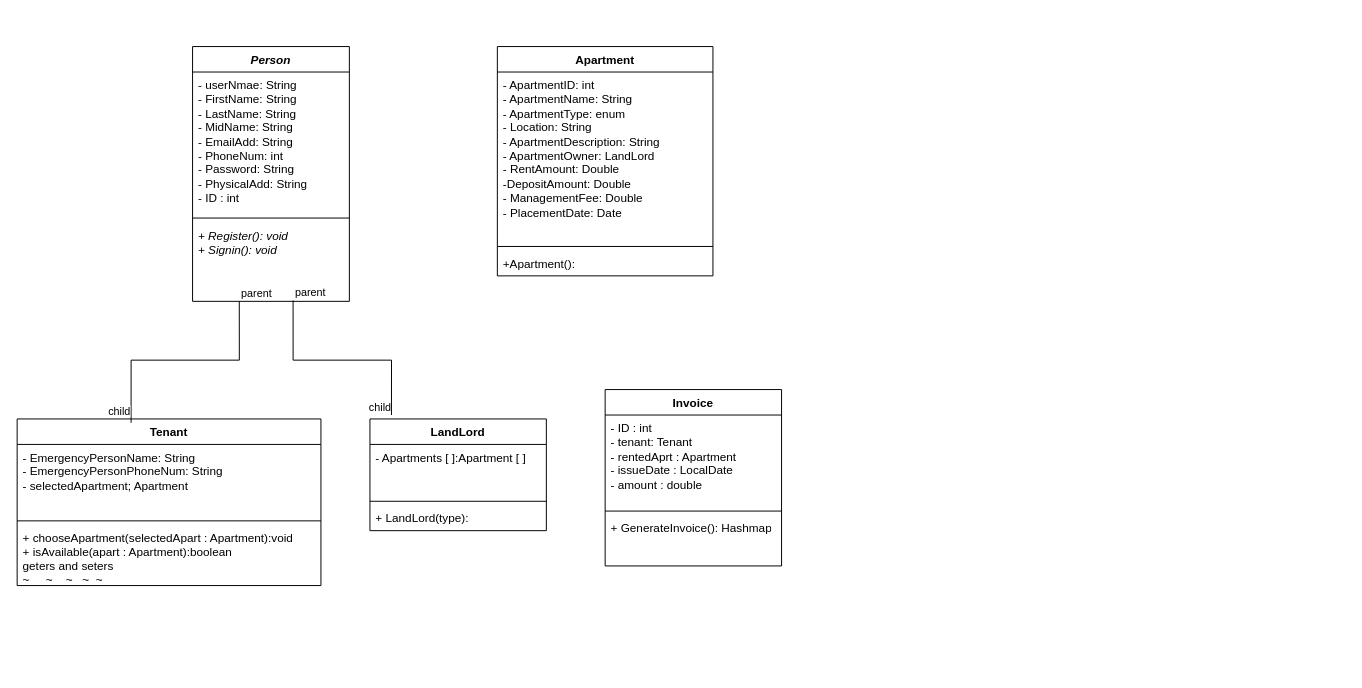
Before: UML/Untitled Diagram.drawio in kandeel679/Rent_management_system, a draw.io diagram. Source tidied: cells renumbered, new cells numbered last; positions are measured from the earlier drawing's top-left corner, leaving out a move shared by most shapes. Both pictures are drawn from the tidied source at 98%, with x=0, y=0 at pixel (17, 46).
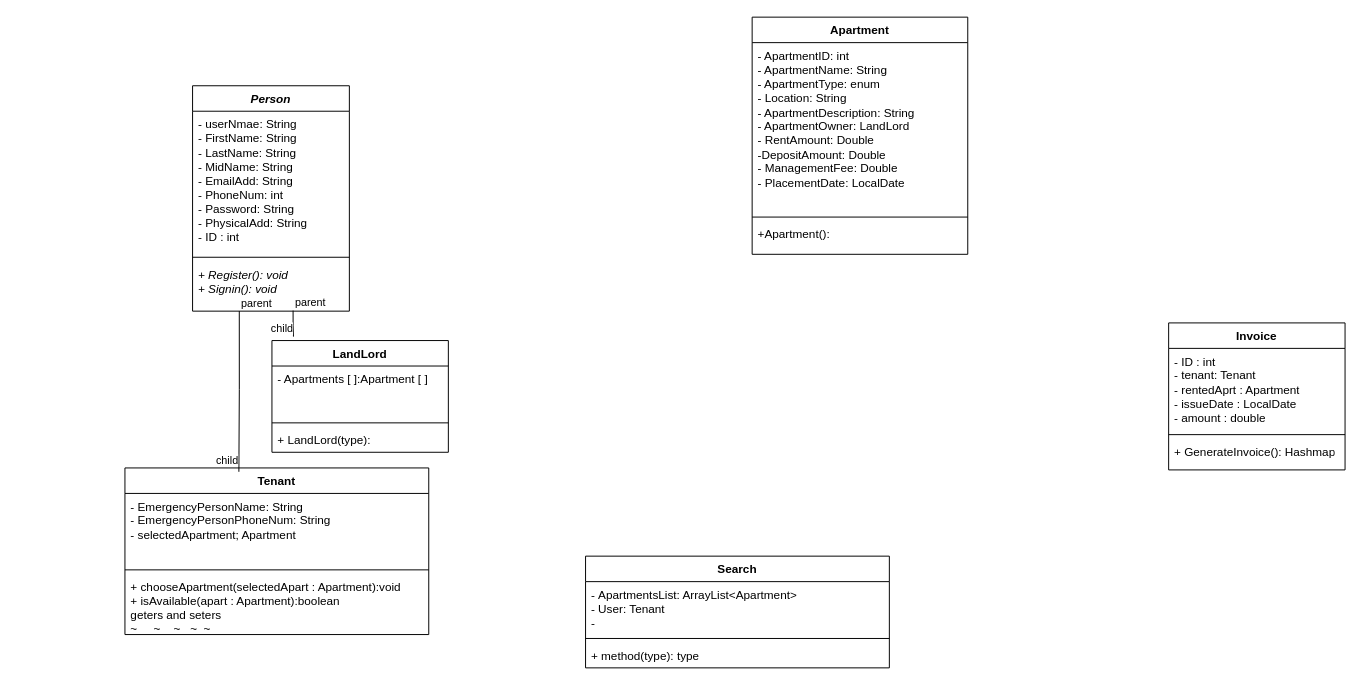
The same page after the edit.

What changed in the source:
```diff
@@
     <mxCell id="2" value="&lt;i&gt;Person&lt;/i&gt;" style="swimlane;fontStyle=1;align=center;verticalAlign=top;horizontal=1;startSize=26;whiteSpace=wrap;html=1;" parent="1" vertex="1">
-      <mxGeometry x="179" width="160" height="260" as="geometry" />
+      <mxGeometry x="179" y="40" width="160" height="230" as="geometry" />
     </mxCell>
@@
     <mxCell id="5" value="&lt;i&gt;+ Register(): void&lt;br&gt;+ Signin(): void&lt;/i&gt;" style="text;strokeColor=none;fillColor=none;align=left;verticalAlign=top;spacingLeft=4;spacingRight=4;overflow=hidden;points=[[0,0.5],[1,0.5]];portConstraint=eastwest;whiteSpace=wrap;html=1;" parent="2" vertex="1">
-      <mxGeometry y="180" width="160" height="80" as="geometry" />
+      <mxGeometry y="180" width="160" height="50" as="geometry" />
     </mxCell>
     <mxCell id="6" value="LandLord" style="swimlane;fontStyle=1;align=center;verticalAlign=top;horizontal=1;startSize=26;whiteSpace=wrap;html=1;" parent="1" vertex="1">
-      <mxGeometry x="360" y="380" width="180" height="114" as="geometry" />
+      <mxGeometry x="260" y="300" width="180" height="114" as="geometry" />
     </mxCell>
@@
-    <mxCell id="10" value="Apartment" style="swimlane;fontStyle=1;align=center;verticalAlign=top;horizontal=1;startSize=26;whiteSpace=wrap;html=1;" parent="1" vertex="1">
-      <mxGeometry x="490" width="220" height="234" as="geometry" />
+    <mxCell id="10" value="Apartment" style="swimlane;fontStyle=1;align=center;verticalAlign=top;horizontal=1;startSize=26;whiteSpace=wrap;html=1;rotation=0;" parent="1" vertex="1">
+      <mxGeometry x="750" y="-30" width="220" height="242" as="geometry" />
     </mxCell>
-    <mxCell id="11" value="- ApartmentID: int&lt;br&gt;- ApartmentName: String&lt;br&gt;- ApartmentType: enum&lt;br&gt;- Location: String&lt;br&gt;- ApartmentDescription: String&lt;br&gt;- ApartmentOwner: LandLord&lt;br&gt;- RentAmount: Double&lt;br&gt;-DepositAmount: Double&lt;br&gt;- ManagementFee: Double&lt;br&gt;- PlacementDate: Date" style="text;strokeColor=none;fillColor=none;align=left;verticalAlign=top;spacingLeft=4;spacingRight=4;overflow=hidden;whiteSpace=wrap;html=1;" parent="10" vertex="1">
+    <mxCell id="11" value="- ApartmentID: int&lt;br&gt;- ApartmentName: String&lt;br&gt;- ApartmentType: enum&lt;br&gt;- Location: String&lt;br&gt;- ApartmentDescription: String&lt;br&gt;- ApartmentOwner: LandLord&lt;br&gt;- RentAmount: Double&lt;br&gt;-DepositAmount: Double&lt;br&gt;- ManagementFee: Double&lt;br&gt;- PlacementDate: LocalDate" style="text;strokeColor=none;fillColor=none;align=left;verticalAlign=top;spacingLeft=4;spacingRight=4;overflow=hidden;whiteSpace=wrap;html=1;rotation=0;" parent="10" vertex="1">
       <mxGeometry y="26" width="220" height="174" as="geometry" />
     </mxCell>
-    <mxCell id="12" style="line;strokeWidth=1;fillColor=none;align=left;verticalAlign=middle;spacingTop=-1;spacingLeft=3;spacingRight=3;labelPosition=right;strokeColor=inherit;" parent="10" vertex="1">
+    <mxCell id="12" style="line;strokeWidth=1;fillColor=none;align=left;verticalAlign=middle;spacingTop=-1;spacingLeft=3;spacingRight=3;labelPosition=right;strokeColor=inherit;rotation=0;" parent="10" vertex="1">
       <mxGeometry y="200" width="220" height="8" as="geometry" />
     </mxCell>
-    <mxCell id="13" value="+Apartment():" style="text;strokeColor=none;fillColor=none;align=left;verticalAlign=top;spacingLeft=4;spacingRight=4;overflow=hidden;whiteSpace=wrap;html=1;" parent="10" vertex="1">
-      <mxGeometry y="208" width="220" height="26" as="geometry" />
+    <mxCell id="13" value="+Apartment():" style="text;strokeColor=none;fillColor=none;align=left;verticalAlign=top;spacingLeft=4;spacingRight=4;overflow=hidden;whiteSpace=wrap;html=1;rotation=0;" parent="10" vertex="1">
+      <mxGeometry y="208" width="220" height="34" as="geometry" />
     </mxCell>
     <mxCell id="14" value="Tenant" style="swimlane;fontStyle=1;align=center;verticalAlign=top;horizontal=1;startSize=26;whiteSpace=wrap;html=1;" parent="1" vertex="1">
-      <mxGeometry y="380" width="310" height="170" as="geometry" />
+      <mxGeometry x="110" y="430" width="310" height="170" as="geometry" />
     </mxCell>
@@
     <mxCell id="21" value="Invoice" style="swimlane;fontStyle=1;align=center;verticalAlign=top;horizontal=1;startSize=26;whiteSpace=wrap;html=1;" parent="1" vertex="1">
-      <mxGeometry x="600" y="350" width="180" height="180" as="geometry" />
+      <mxGeometry x="1175" y="282" width="180" height="150" as="geometry" />
     </mxCell>
     <mxCell id="22" value="- ID : int&lt;br&gt;- tenant: Tenant&lt;br&gt;- rentedAprt : Apartment&lt;br&gt;- issueDate : LocalDate&lt;br&gt;- amount : double" style="text;strokeColor=none;fillColor=none;align=left;verticalAlign=top;spacingLeft=4;spacingRight=4;overflow=hidden;whiteSpace=wrap;html=1;" parent="21" vertex="1">
-      <mxGeometry y="26" width="180" height="94" as="geometry" />
+      <mxGeometry y="26" width="180" height="84" as="geometry" />
     </mxCell>
     <mxCell id="23" style="line;strokeWidth=1;fillColor=none;align=left;verticalAlign=middle;spacingTop=-1;spacingLeft=3;spacingRight=3;labelPosition=right;strokeColor=inherit;" parent="21" vertex="1">
-      <mxGeometry y="120" width="180" height="8" as="geometry" />
+      <mxGeometry y="110" width="180" height="8" as="geometry" />
     </mxCell>
     <mxCell id="24" value="+ GenerateInvoice(): Hashmap" style="text;strokeColor=none;fillColor=none;align=left;verticalAlign=top;spacingLeft=4;spacingRight=4;overflow=hidden;whiteSpace=wrap;html=1;" parent="21" vertex="1">
-      <mxGeometry y="128" width="180" height="52" as="geometry" />
+      <mxGeometry y="118" width="180" height="32" as="geometry" />
     </mxCell>
@@
+    <mxCell id="28" value="Search" style="swimlane;fontStyle=1;align=center;verticalAlign=top;horizontal=1;startSize=26;whiteSpace=wrap;html=1;" parent="1" vertex="1">
+      <mxGeometry x="580" y="520" width="310" height="114" as="geometry" />
+    </mxCell>
+    <mxCell id="29" value="-&amp;nbsp;ApartmentsList: ArrayList&amp;lt;Apartment&amp;gt;&lt;br&gt;- User: Tenant&lt;br&gt;-&amp;nbsp;&amp;nbsp;" style="text;strokeColor=none;fillColor=none;align=left;verticalAlign=top;spacingLeft=4;spacingRight=4;overflow=hidden;whiteSpace=wrap;html=1;" parent="28" vertex="1">
+      <mxGeometry y="26" width="310" height="54" as="geometry" />
+    </mxCell>
+    <mxCell id="30" style="line;strokeWidth=1;fillColor=none;align=left;verticalAlign=middle;spacingTop=-1;spacingLeft=3;spacingRight=3;labelPosition=right;strokeColor=inherit;" parent="28" vertex="1">
+      <mxGeometry y="80" width="310" height="8" as="geometry" />
+    </mxCell>
+    <mxCell id="31" value="+ method(type): type" style="text;strokeColor=none;fillColor=none;align=left;verticalAlign=top;spacingLeft=4;spacingRight=4;overflow=hidden;whiteSpace=wrap;html=1;" parent="28" vertex="1">
+      <mxGeometry y="88" width="310" height="26" as="geometry" />
+    </mxCell>
```
